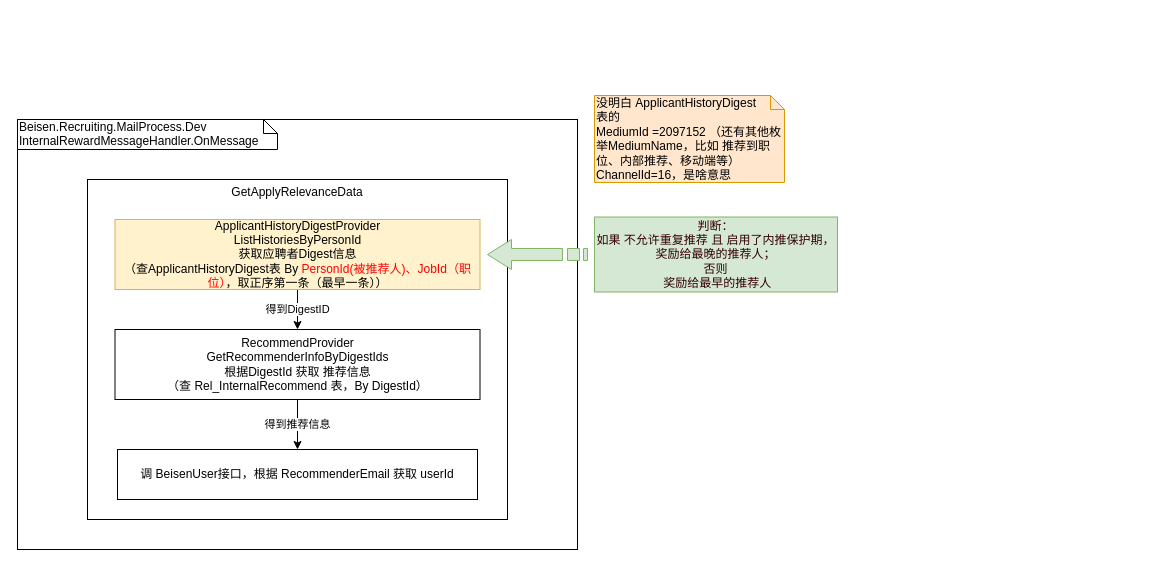
The draw.io diagram 计算推荐人奖励.drawio in Lucas20029/MyDiagrams, before the edit. Source tidied: cells renumbered, new cells numbered last; positions are measured from the earlier drawing's top-left corner, leaving out a move shared by most shapes. Both pictures are drawn from the tidied source at 100%, with x=0, y=0 at pixel (17, 95).
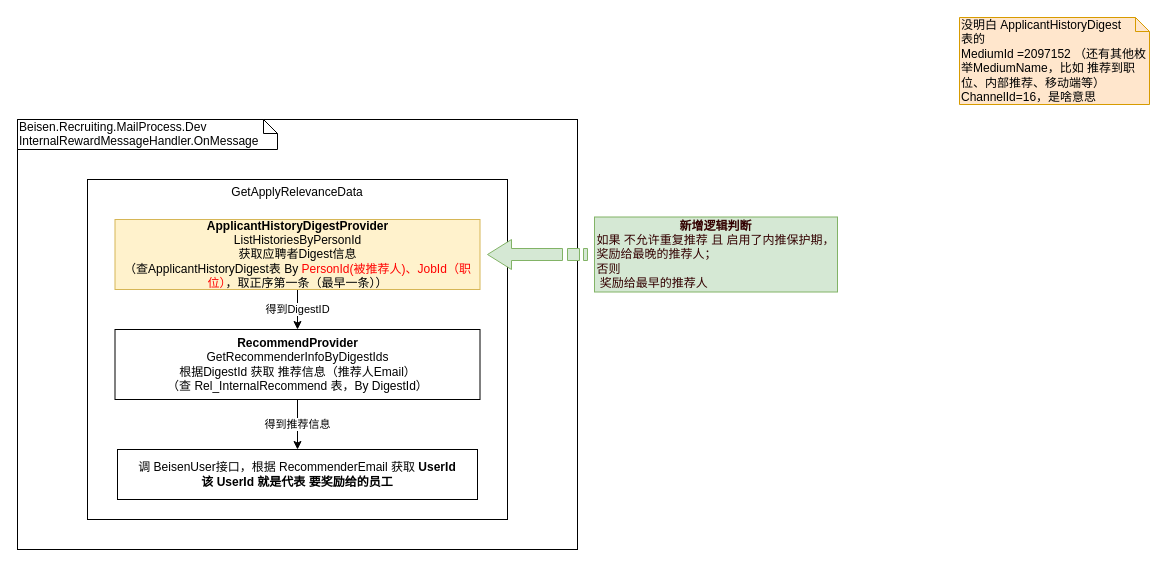
The same diagram, later.

Commit message:
Update 计算推荐人奖励.drawio

Diff of the diagram source:
```diff
@@
 <mxGraphModel>
   <root>
     <mxCell id="0" />
     <mxCell id="1" parent="0" />
     <mxCell id="2" style="rounded=0;whiteSpace=wrap;html=1;" parent="1" vertex="1">
       <mxGeometry y="24" width="560" height="430" as="geometry" />
     </mxCell>
     <mxCell id="3" style="rounded=0;whiteSpace=wrap;html=1;" parent="1" vertex="1">
       <mxGeometry x="70" y="84" width="420" height="340" as="geometry" />
     </mxCell>
     <mxCell id="4" value="Beisen.Recruiting.MailProcess.Dev&lt;br&gt;InternalRewardMessageHandler.OnMessage" style="shape=note;whiteSpace=wrap;html=1;size=14;verticalAlign=top;align=left;spacingTop=-6;" parent="1" vertex="1">
       <mxGeometry y="24" width="260" height="30" as="geometry" />
     </mxCell>
     <mxCell id="5" value="得到DigestID" style="edgeStyle=orthogonalEdgeStyle;rounded=0;jettySize=auto;html=1;" parent="1" edge="1" source="6" target="9">
       <mxGeometry relative="1" as="geometry" />
     </mxCell>
-    <mxCell id="6" value="ApplicantHistoryDigestProvider&lt;br&gt;ListHistoriesByPersonId&lt;br&gt;获取应聘者Digest信息&lt;br&gt;（查ApplicantHistoryDigest表 By &lt;font color=&quot;#ff0000&quot;&gt;PersonId(被推荐人)、JobId（职位）&lt;/font&gt;，取正序第一条（最早一条））" style="rounded=0;whiteSpace=wrap;html=1;fillColor=#fff2cc;strokeColor=#d6b656;" parent="1" vertex="1">
+    <mxCell id="6" value="&lt;b&gt;ApplicantHistoryDigestProvider&lt;/b&gt;&lt;br&gt;ListHistoriesByPersonId&lt;br&gt;获取应聘者Digest信息&lt;br&gt;（查ApplicantHistoryDigest表 By &lt;font color=&quot;#ff0000&quot;&gt;PersonId(被推荐人)、JobId（职位）&lt;/font&gt;，取正序第一条（最早一条））" style="rounded=0;whiteSpace=wrap;html=1;fillColor=#fff2cc;strokeColor=#d6b656;" parent="1" vertex="1">
       <mxGeometry x="97.5" y="124" width="365" height="70" as="geometry" />
     </mxCell>
     <mxCell id="7" value="没明白 ApplicantHistoryDigest &lt;br&gt;表的 &lt;br&gt;MediumId =2097152 （还有其他枚举MediumName，比如 推荐到职位、内部推荐、移动端等）&lt;br&gt;ChannelId=16，是啥意思" style="shape=note;whiteSpace=wrap;html=1;size=14;verticalAlign=top;align=left;spacingTop=-6;fillColor=#ffe6cc;strokeColor=#d79b00;" parent="1" vertex="1">
-      <mxGeometry x="577" width="190" height="87" as="geometry" />
+      <mxGeometry x="942" y="-78" width="190" height="87" as="geometry" />
     </mxCell>
     <mxCell id="8" value="得到推荐信息" style="edgeStyle=orthogonalEdgeStyle;rounded=0;jettySize=auto;html=1;" parent="1" edge="1" source="9" target="10">
       <mxGeometry relative="1" as="geometry" />
     </mxCell>
-    <mxCell id="9" value="RecommendProvider&lt;br&gt;GetRecommenderInfoByDigestIds&lt;br&gt;根据DigestId 获取 推荐信息&lt;br&gt;（查 Rel_InternalRecommend 表，By DigestId）" style="rounded=0;whiteSpace=wrap;html=1;" parent="1" vertex="1">
+    <mxCell id="9" value="&lt;b&gt;RecommendProvider&lt;br&gt;&lt;/b&gt;GetRecommenderInfoByDigestIds&lt;br&gt;根据DigestId 获取 推荐信息（推荐人Email）&lt;br&gt;（查 Rel_InternalRecommend 表，By DigestId）" style="rounded=0;whiteSpace=wrap;html=1;" parent="1" vertex="1">
       <mxGeometry x="97.5" y="234" width="365" height="70" as="geometry" />
     </mxCell>
-    <mxCell id="10" value="调 BeisenUser接口，根据 RecommenderEmail 获取 userId" style="whiteSpace=wrap;html=1;rounded=0;" parent="1" vertex="1">
+    <mxCell id="10" value="调 BeisenUser接口，根据 RecommenderEmail 获取 &lt;b&gt;UserId&lt;/b&gt;&lt;br&gt;&lt;b&gt;该 UserId 就是代表 要奖励给的员工&lt;/b&gt;" style="whiteSpace=wrap;html=1;rounded=0;" parent="1" vertex="1">
       <mxGeometry x="100" y="354" width="360" height="50" as="geometry" />
     </mxCell>
     <mxCell id="11" value="GetApplyRelevanceData" style="text;html=1;strokeColor=none;fillColor=none;align=center;verticalAlign=middle;whiteSpace=wrap;rounded=0;" parent="1" vertex="1">
       <mxGeometry x="260" y="87" width="40" height="20" as="geometry" />
     </mxCell>
-    <mxCell id="12" value="&lt;font color=&quot;#330000&quot;&gt;判断：&lt;br&gt;如果 不允许重复推荐 且 启用了内推保护期，&lt;br&gt;奖励给最晚的推荐人；&lt;br&gt;否则&lt;br&gt;&amp;nbsp;奖励给最早的推荐人&lt;br&gt;&lt;/font&gt;" style="rounded=0;whiteSpace=wrap;html=1;fillColor=#d5e8d4;strokeColor=#82B366;" parent="1" vertex="1">
+    <mxCell id="12" value="&lt;font color=&quot;#330000&quot;&gt;&lt;b&gt;新增逻辑判断&lt;/b&gt;&lt;br&gt;&lt;div style=&quot;text-align: left&quot;&gt;&lt;span&gt;如果 不允许重复推荐 且 启用了内推保护期，&lt;/span&gt;&lt;/div&gt;&lt;div style=&quot;text-align: left&quot;&gt;&lt;span&gt;奖励给最晚的推荐人；&lt;/span&gt;&lt;/div&gt;&lt;div style=&quot;text-align: left&quot;&gt;&lt;span&gt;否则&lt;/span&gt;&lt;/div&gt;&lt;div style=&quot;text-align: left&quot;&gt;&lt;span&gt;&amp;nbsp;奖励给最早的推荐人&lt;/span&gt;&lt;/div&gt;&lt;/font&gt;" style="rounded=0;whiteSpace=wrap;html=1;fillColor=#d5e8d4;strokeColor=#82B366;" parent="1" vertex="1">
       <mxGeometry x="577" y="121.5" width="243" height="75" as="geometry" />
     </mxCell>
     <mxCell id="13" style="html=1;shadow=0;dashed=0;align=center;verticalAlign=middle;shape=mxgraph.arrows2.stripedArrow;dy=0.6;dx=24;notch=25;strokeColor=#82b366;rotation=-180;fillColor=#d5e8d4;" parent="1" vertex="1">
       <mxGeometry x="470" y="144" width="100" height="30" as="geometry" />
     </mxCell>
   </root>
 </mxGraphModel>
```
